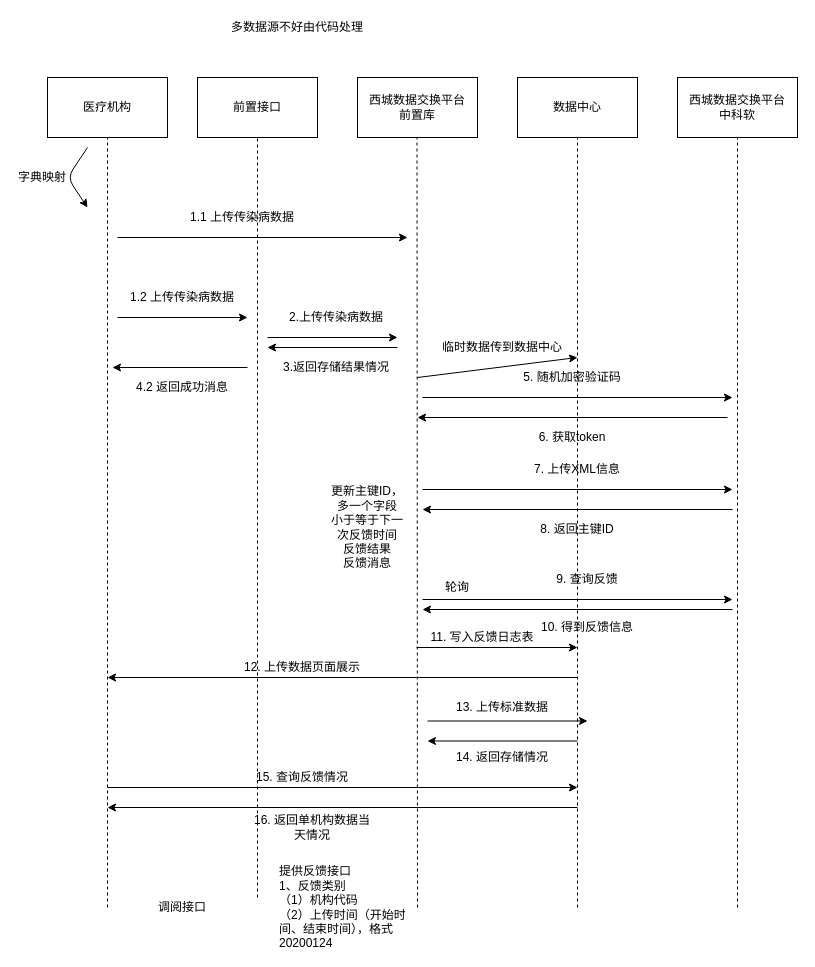
Earlier version of the draw.io diagram page "功能开发流程导图" (3 of 3) of source/传染病监测流程.drawio (SmileCJX/processon). Source tidied: cells renumbered, new cells numbered last; positions are measured from the earlier drawing's top-left corner, leaving out a move shared by most shapes. Both pictures are drawn from the tidied source at 100%, with x=0, y=0 at pixel (17, 17).
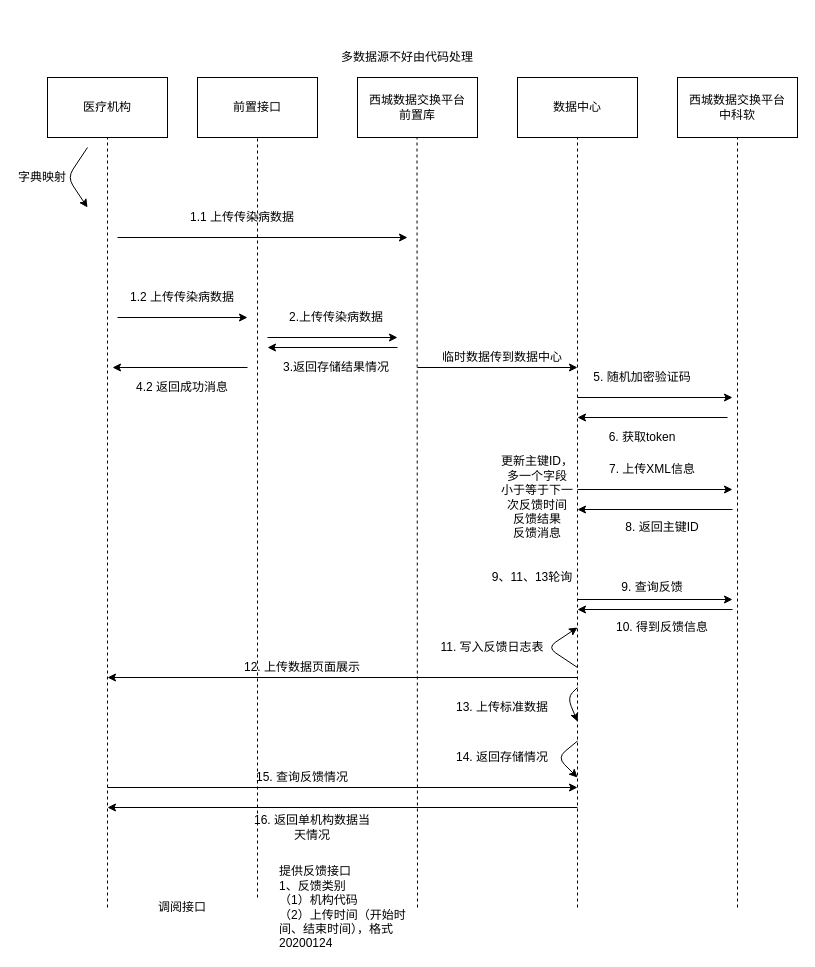
The same page after the edit.

Commit message:
更新传染病监测流程.drawio

What changed in the source:
```diff
@@
     <mxCell id="25" style="endArrow=classic;html=1;" parent="1" edge="1">
       <mxGeometry relative="1" as="geometry">
-        <mxPoint x="405" y="472" as="sourcePoint" />
+        <mxPoint x="560" y="472" as="sourcePoint" />
         <mxPoint x="715" y="472" as="targetPoint" />
       </mxGeometry>
     </mxCell>
     <mxCell id="26" value="7. 上传XML信息" style="text;html=1;strokeColor=none;fillColor=none;align=center;verticalAlign=middle;whiteSpace=wrap;rounded=0;" parent="1" vertex="1">
-      <mxGeometry x="495" y="442" width="130" height="20" as="geometry" />
+      <mxGeometry x="570" y="442" width="130" height="20" as="geometry" />
     </mxCell>
     <mxCell id="27" style="endArrow=classic;html=1;" parent="1" edge="1">
       <mxGeometry relative="1" as="geometry">
-        <mxPoint x="405" y="582" as="sourcePoint" />
+        <mxPoint x="560" y="582" as="sourcePoint" />
         <mxPoint x="715" y="582" as="targetPoint" />
       </mxGeometry>
     </mxCell>
     <mxCell id="28" value="9. 查询反馈" style="text;html=1;strokeColor=none;fillColor=none;align=center;verticalAlign=middle;whiteSpace=wrap;rounded=0;" parent="1" vertex="1">
-      <mxGeometry x="505" y="552" width="130" height="20" as="geometry" />
+      <mxGeometry x="570" y="560" width="130" height="20" as="geometry" />
     </mxCell>
     <mxCell id="29" style="endArrow=classic;html=1;" parent="1" edge="1">
       <mxGeometry relative="1" as="geometry">
         <mxPoint x="715" y="492" as="sourcePoint" />
-        <mxPoint x="405" y="492" as="targetPoint" />
+        <mxPoint x="560" y="492" as="targetPoint" />
       </mxGeometry>
     </mxCell>
     <mxCell id="30" value="8. 返回主键ID" style="text;html=1;strokeColor=none;fillColor=none;align=center;verticalAlign=middle;whiteSpace=wrap;rounded=0;" parent="1" vertex="1">
-      <mxGeometry x="495" y="502" width="130" height="20" as="geometry" />
+      <mxGeometry x="580" y="500" width="130" height="20" as="geometry" />
     </mxCell>
     <mxCell id="31" style="endArrow=classic;html=1;" parent="1" edge="1">
       <mxGeometry relative="1" as="geometry">
         <mxPoint x="715" y="592" as="sourcePoint" />
-        <mxPoint x="405" y="592" as="targetPoint" />
+        <mxPoint x="560" y="592" as="targetPoint" />
       </mxGeometry>
     </mxCell>
     <mxCell id="32" value="10. 得到反馈信息" style="text;html=1;strokeColor=none;fillColor=none;align=center;verticalAlign=middle;whiteSpace=wrap;rounded=0;" parent="1" vertex="1">
-      <mxGeometry x="505" y="600" width="130" height="20" as="geometry" />
+      <mxGeometry x="580" y="600" width="130" height="20" as="geometry" />
     </mxCell>
     <mxCell id="33" style="endArrow=classic;html=1;" parent="1" edge="1">
       <mxGeometry relative="1" as="geometry">
-        <mxPoint x="405" y="380" as="sourcePoint" />
+        <mxPoint x="560" y="380" as="sourcePoint" />
         <mxPoint x="715" y="380" as="targetPoint" />
       </mxGeometry>
     </mxCell>
     <mxCell id="34" value="5. 随机加密验证码" style="text;html=1;strokeColor=none;fillColor=none;align=center;verticalAlign=middle;whiteSpace=wrap;rounded=0;" parent="1" vertex="1">
-      <mxGeometry x="490" y="350" width="130" height="20" as="geometry" />
+      <mxGeometry x="560" y="350" width="130" height="20" as="geometry" />
     </mxCell>
     <mxCell id="35" style="endArrow=classic;html=1;" parent="1" edge="1">
       <mxGeometry relative="1" as="geometry">
         <mxPoint x="710" y="400" as="sourcePoint" />
-        <mxPoint x="400" y="400" as="targetPoint" />
+        <mxPoint x="560" y="400" as="targetPoint" />
       </mxGeometry>
     </mxCell>
     <mxCell id="36" value="6. 获取token" style="text;html=1;strokeColor=none;fillColor=none;align=center;verticalAlign=middle;whiteSpace=wrap;rounded=0;" parent="1" vertex="1">
-      <mxGeometry x="490" y="410" width="130" height="20" as="geometry" />
+      <mxGeometry x="560" y="410" width="130" height="20" as="geometry" />
     </mxCell>
     <mxCell id="37" style="endArrow=classic;html=1;" parent="1" edge="1">
       <mxGeometry relative="1" as="geometry">
-        <mxPoint x="410" y="703.5" as="sourcePoint" />
-        <mxPoint x="570" y="703.5" as="targetPoint" />
+        <mxPoint x="560" y="670" as="sourcePoint" />
+        <mxPoint x="560" y="704" as="targetPoint" />
+        <Array as="points">
+          <mxPoint x="550" y="680" />
+        </Array>
       </mxGeometry>
     </mxCell>
@@
     <mxCell id="39" style="endArrow=classic;html=1;" parent="1" edge="1">
       <mxGeometry relative="1" as="geometry">
         <mxPoint x="560" y="723.5" as="sourcePoint" />
-        <mxPoint x="410" y="723.5" as="targetPoint" />
+        <mxPoint x="560" y="760" as="targetPoint" />
+        <Array as="points">
+          <mxPoint x="540" y="740" />
+        </Array>
       </mxGeometry>
     </mxCell>
@@
     <mxCell id="41" style="endArrow=classic;html=1;" parent="1" edge="1">
       <mxGeometry relative="1" as="geometry">
-        <mxPoint x="399" y="630" as="sourcePoint" />
-        <mxPoint x="560" y="630" as="targetPoint" />
+        <mxPoint x="560" y="650" as="sourcePoint" />
+        <mxPoint x="560" y="610" as="targetPoint" />
+        <Array as="points">
+          <mxPoint x="530" y="630" />
+        </Array>
       </mxGeometry>
     </mxCell>
     <mxCell id="42" value="11. 写入反馈日志表" style="text;html=1;strokeColor=none;fillColor=none;align=center;verticalAlign=middle;whiteSpace=wrap;rounded=0;" parent="1" vertex="1">
-      <mxGeometry x="400" y="610" width="130" height="20" as="geometry" />
+      <mxGeometry x="410" y="620" width="130" height="20" as="geometry" />
     </mxCell>
@@
-    <mxCell id="47" value="轮询" style="text;html=1;strokeColor=none;fillColor=none;align=center;verticalAlign=middle;whiteSpace=wrap;rounded=0;" parent="1" vertex="1">
-      <mxGeometry x="420" y="560" width="40" height="20" as="geometry" />
+    <mxCell id="47" value="9、11、13轮询" style="text;html=1;strokeColor=none;fillColor=none;align=center;verticalAlign=middle;whiteSpace=wrap;rounded=0;" parent="1" vertex="1">
+      <mxGeometry x="470" y="550" width="90" height="20" as="geometry" />
     </mxCell>
     <mxCell id="48" value="更新主键ID，多一个字段&lt;br&gt;小于等于下一次反馈时间&lt;br&gt;反馈结果&lt;br&gt;反馈消息" style="text;html=1;strokeColor=none;fillColor=none;align=center;verticalAlign=middle;whiteSpace=wrap;rounded=0;" parent="1" vertex="1">
-      <mxGeometry x="310" y="500" width="80" height="20" as="geometry" />
+      <mxGeometry x="480" y="470" width="80" height="20" as="geometry" />
     </mxCell>
@@
     <mxCell id="53" value="多数据源不好由代码处理" style="text;html=1;strokeColor=none;fillColor=none;align=center;verticalAlign=middle;whiteSpace=wrap;rounded=0;" parent="1" vertex="1">
-      <mxGeometry x="200" width="160" height="20" as="geometry" />
+      <mxGeometry x="310" y="30" width="160" height="20" as="geometry" />
     </mxCell>
     <mxCell id="54" style="endArrow=classic;html=1;" parent="1" edge="1">
       <mxGeometry relative="1" as="geometry">
-        <mxPoint x="400" y="360" as="sourcePoint" />
-        <mxPoint x="560" y="340" as="targetPoint" />
+        <mxPoint x="400" y="350" as="sourcePoint" />
+        <mxPoint x="560" y="350" as="targetPoint" />
       </mxGeometry>
     </mxCell>
     <mxCell id="55" value="临时数据传到数据中心" style="text;html=1;strokeColor=none;fillColor=none;align=center;verticalAlign=middle;whiteSpace=wrap;rounded=0;" parent="1" vertex="1">
-      <mxGeometry x="420" y="320" width="130" height="20" as="geometry" />
+      <mxGeometry x="420" y="330" width="130" height="20" as="geometry" />
     </mxCell>
```
